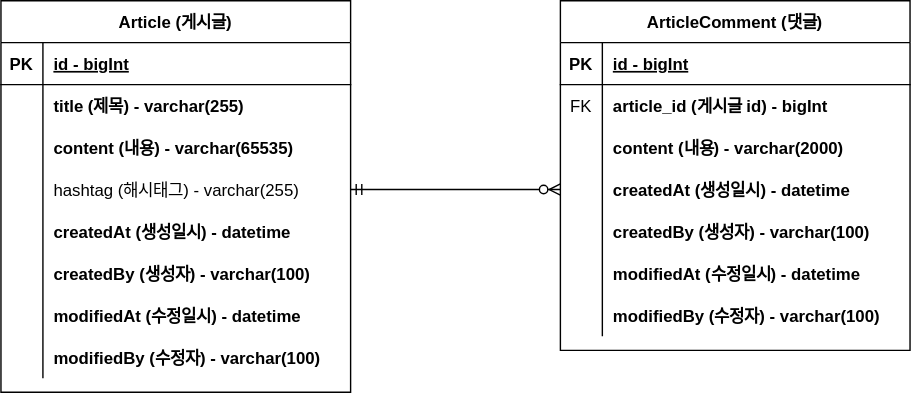
This is document/project-board-erd.svg from Jaotk/campus-project-board, a draw.io export, as it was before one commit. Source tidied: cells renumbered, new cells last; positions are measured from the earlier drawing's top-left corner, leaving out a move shared by most shapes.
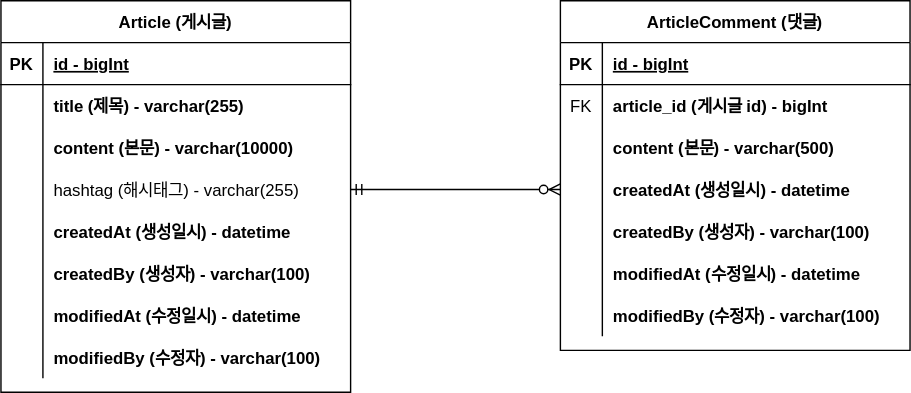
After the commit.

Commit message:
#10 - erd 업데이트 content 사이즈 변경

The edit, as a diff of the source:
```diff
@@ -29,7 +29,7 @@
     <mxCell id="10" style="shape=partialRectangle;overflow=hidden;fillColor=none;top=0;left=0;bottom=0;right=0;" parent="9" vertex="1">
       <mxGeometry width="30" height="30" as="geometry" />
     </mxCell>
-    <mxCell id="11" value="content (내용) - varchar(65535)" style="shape=partialRectangle;overflow=hidden;fillColor=none;top=0;left=0;bottom=0;right=0;align=left;spacingLeft=6;fontStyle=1;" parent="9" vertex="1">
+    <mxCell id="11" value="content (본문) - varchar(10000)" style="shape=partialRectangle;overflow=hidden;fillColor=none;top=0;left=0;bottom=0;right=0;align=left;spacingLeft=6;fontStyle=1;" parent="9" vertex="1">
       <mxGeometry x="30" width="220" height="30" as="geometry" />
     </mxCell>
     <mxCell id="12" style="shape=partialRectangle;fillColor=none;points=[[0,0.5],[1,0.5]];portConstraint=eastwest;top=0;left=0;right=0;bottom=0;" parent="2" vertex="1">
@@ -104,7 +104,7 @@
     <mxCell id="35" style="shape=partialRectangle;overflow=hidden;fillColor=none;top=0;left=0;bottom=0;right=0;" parent="34" vertex="1">
       <mxGeometry width="30" height="30" as="geometry" />
     </mxCell>
-    <mxCell id="36" value="content (내용) - varchar(2000)" style="shape=partialRectangle;overflow=hidden;fillColor=none;top=0;left=0;bottom=0;right=0;align=left;spacingLeft=6;fontStyle=1;" parent="34" vertex="1">
+    <mxCell id="36" value="content (본문) - varchar(500)" style="shape=partialRectangle;overflow=hidden;fillColor=none;top=0;left=0;bottom=0;right=0;align=left;spacingLeft=6;fontStyle=1;" parent="34" vertex="1">
       <mxGeometry x="30" width="220" height="30" as="geometry" />
     </mxCell>
     <mxCell id="37" style="shape=partialRectangle;fillColor=none;points=[[0,0.5],[1,0.5]];portConstraint=eastwest;top=0;left=0;right=0;bottom=0;" parent="27" vertex="1">
```
